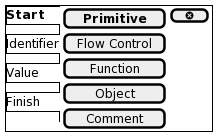
The PlantUML diagram images/iterate-primitive-start-wireframe.png in iteratecode/.github, before a commit. Its diagram source:
```plantuml
@startsalt
{+
{/ <b>Start
Identifier
Value
Finish } |
{
  [<b>Primitive   ] | [ <&circle-x> ]
  [Flow Control] | *
  [Function    ] | *
  [Object      ] | *
  [Comment     ] | *
}
}
@endsalt
```
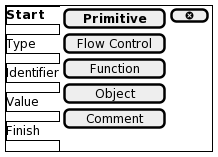
The same diagram one commit later.

What changed in the source:
```diff
@@ -1,6 +1,7 @@
 @startsalt
 {+
 {/ <b>Start
+Type
 Identifier
 Value
 Finish } |
```
